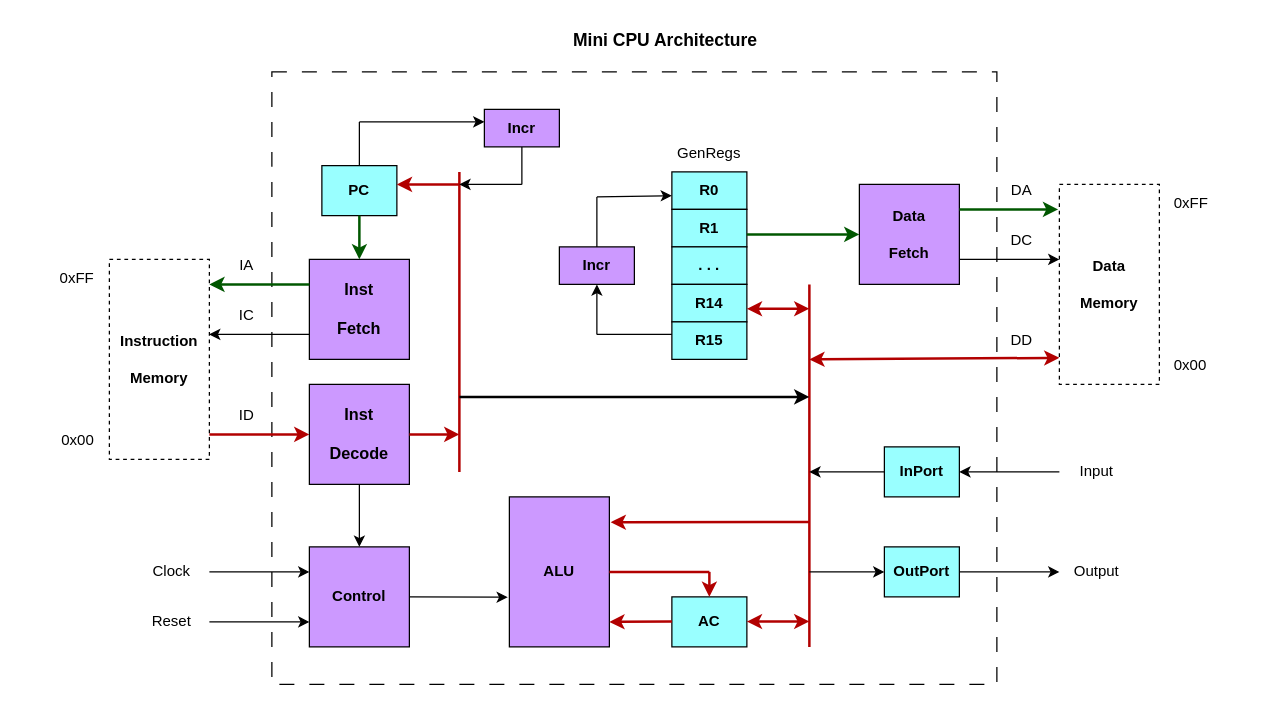
Before: docs/MiniCPU-Architecture.drawio in dervish77/MiniCPU, a draw.io diagram. Source tidied: cells renumbered, new cells numbered last; positions are measured from the earlier drawing's top-left corner, leaving out a move shared by most shapes. Both pictures are drawn from the tidied source at 125%, with x=0, y=0 at pixel (21, 21).
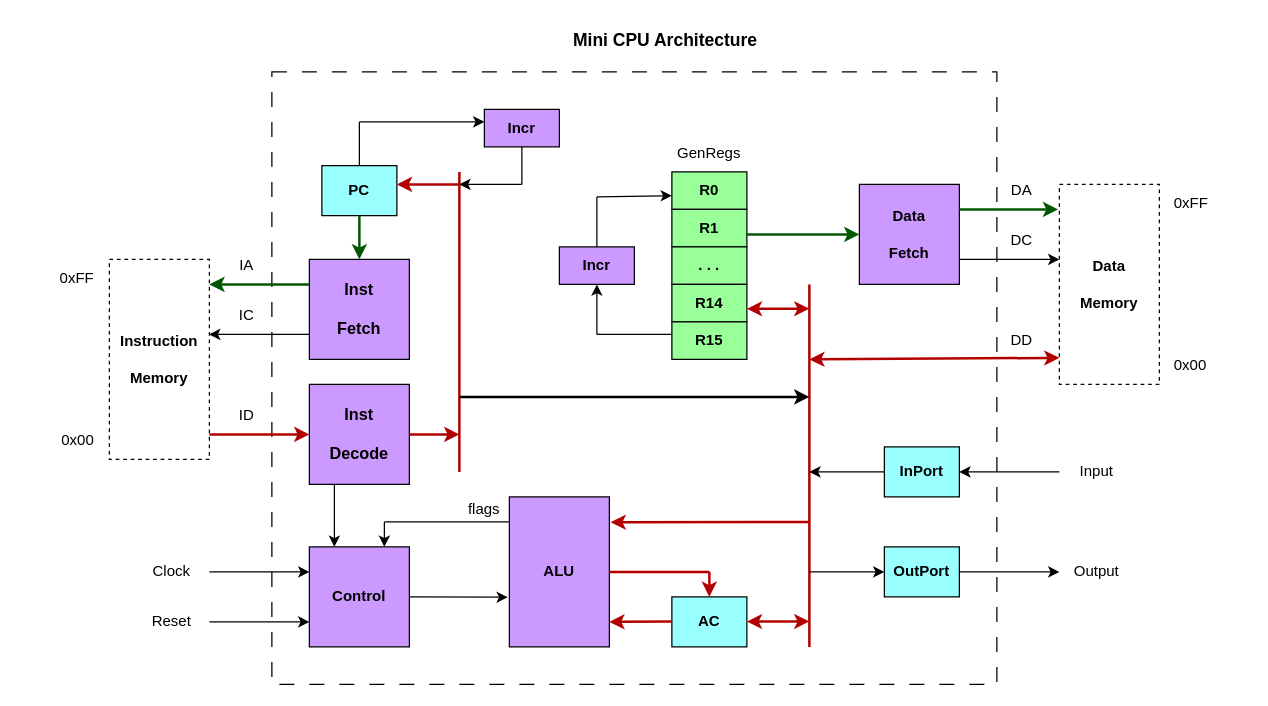
After the change.

Commit message (it also covers changes not shown here):
added flags to architecture diagram

The change refers to these unchanged cells:
```xml
<mxCell id="24" style="rounded=0;whiteSpace=wrap;html=1;fillColor=#CC99FF;" parent="1" vertex="1">
  <mxGeometry x="390" y="380" width="80" height="120" as="geometry" />
</mxCell>
<mxCell id="41" style="rounded=0;whiteSpace=wrap;html=1;fillColor=#CC99FF;" parent="1" vertex="1">
  <mxGeometry x="230" y="420" width="80" height="80" as="geometry" />
</mxCell>
```

Diff of the diagram source:
```diff
@@
-    <mxCell id="30" style="rounded=0;whiteSpace=wrap;html=1;fillColor=#99FFFF;" parent="1" vertex="1">
+    <mxCell id="30" style="rounded=0;whiteSpace=wrap;html=1;fillColor=#99FF99;" parent="1" vertex="1">
       <mxGeometry x="520" y="120" width="60" height="30" as="geometry" />
     </mxCell>
@@
-    <mxCell id="32" style="rounded=0;whiteSpace=wrap;html=1;fillColor=#99FFFF;" parent="1" vertex="1">
+    <mxCell id="32" style="rounded=0;whiteSpace=wrap;html=1;fillColor=#99FF99;" parent="1" vertex="1">
       <mxGeometry x="520" y="150" width="60" height="30" as="geometry" />
     </mxCell>
@@
-    <mxCell id="34" style="rounded=0;whiteSpace=wrap;html=1;fillColor=#99FFFF;" parent="1" vertex="1">
+    <mxCell id="34" style="rounded=0;whiteSpace=wrap;html=1;fillColor=#99FF99;" parent="1" vertex="1">
       <mxGeometry x="520" y="180" width="60" height="30" as="geometry" />
     </mxCell>
@@
-    <mxCell id="36" style="rounded=0;whiteSpace=wrap;html=1;fillColor=#99FFFF;" parent="1" vertex="1">
+    <mxCell id="36" style="rounded=0;whiteSpace=wrap;html=1;fillColor=#99FF99;" parent="1" vertex="1">
       <mxGeometry x="520" y="210" width="60" height="30" as="geometry" />
     </mxCell>
@@
-    <mxCell id="38" style="rounded=0;whiteSpace=wrap;html=1;fillColor=#99FFFF;" parent="1" vertex="1">
+    <mxCell id="38" style="rounded=0;whiteSpace=wrap;html=1;fillColor=#99FF99;" parent="1" vertex="1">
       <mxGeometry x="520" y="240" width="60" height="30" as="geometry" />
     </mxCell>
@@
     <mxCell id="46" style="endArrow=classic;html=1;rounded=0;" parent="1" edge="1">
       <mxGeometry relative="1" as="geometry">
-        <mxPoint x="270" y="370" as="sourcePoint" />
-        <mxPoint x="270" y="420" as="targetPoint" />
+        <mxPoint x="250" y="370" as="sourcePoint" />
+        <mxPoint x="250" y="420" as="targetPoint" />
       </mxGeometry>
     </mxCell>
@@
+    <mxCell id="90" style="endArrow=none;html=1;rounded=0;entryX=0;entryY=0.167;entryDx=0;entryDy=0;entryPerimeter=0;" parent="1" edge="1" target="24">
+      <mxGeometry relative="1" as="geometry">
+        <mxPoint x="290" y="400" as="sourcePoint" />
+      </mxGeometry>
+    </mxCell>
+    <mxCell id="91" style="endArrow=classic;html=1;rounded=0;entryX=0.75;entryY=0;entryDx=0;entryDy=0;" parent="1" edge="1" target="41">
+      <mxGeometry relative="1" as="geometry">
+        <mxPoint x="290" y="400" as="sourcePoint" />
+      </mxGeometry>
+    </mxCell>
+    <mxCell id="92" value="flags" style="text;html=1;align=center;verticalAlign=middle;whiteSpace=wrap;rounded=0;" parent="1" vertex="1">
+      <mxGeometry x="340" y="375" width="60" height="30" as="geometry" />
+    </mxCell>
```
